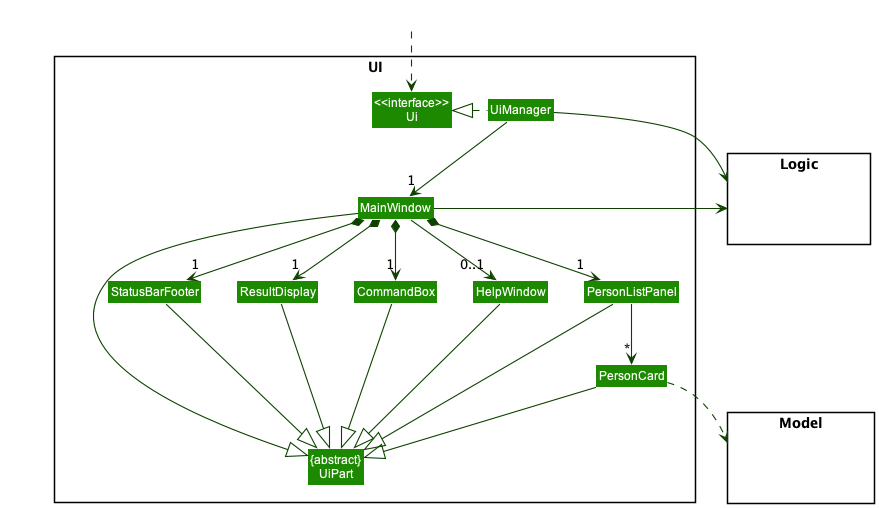
Above: docs/images/UiClassDiagram.png in nus-cs2103-AY2223S1/tp (PlantUML), before the change.
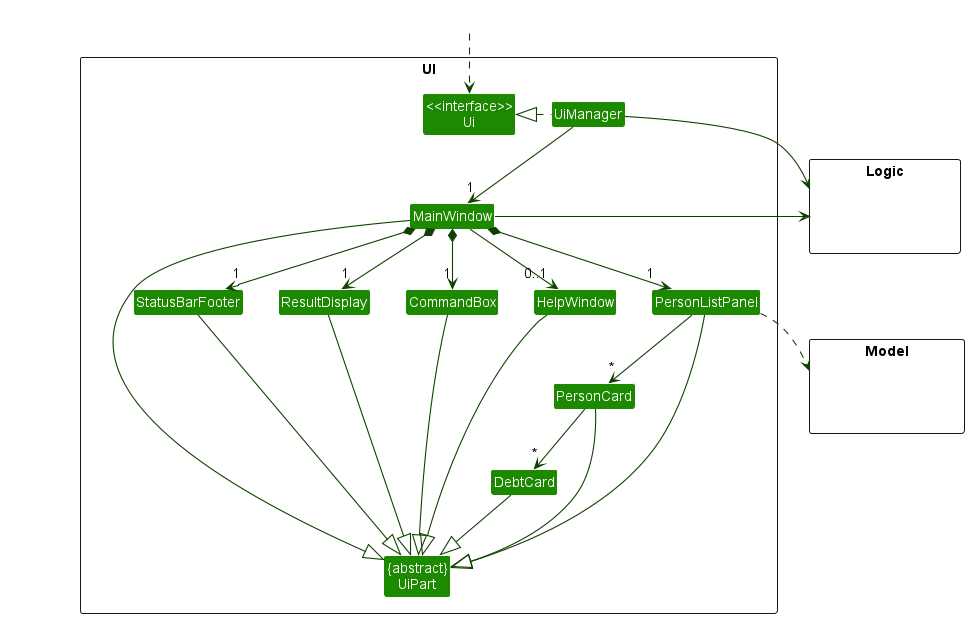
Later version of the same file.

Diff of the diagram source:
```diff
@@ -13,6 +13,7 @@
 Class ResultDisplay
 Class PersonListPanel
 Class PersonCard
+Class DebtCard
 Class StatusBarFooter
 Class CommandBox
 }
@@ -38,16 +39,19 @@
 
 PersonListPanel -down-> "*" PersonCard
 
+PersonCard -down-> "*" DebtCard
+
 MainWindow -left-|> UiPart
 
 ResultDisplay --|> UiPart
 CommandBox --|> UiPart
 PersonListPanel --|> UiPart
 PersonCard --|> UiPart
+DebtCard --|> UiPart
 StatusBarFooter --|> UiPart
 HelpWindow --|> UiPart
 
-PersonCard ..> Model
+PersonListPanel ..> Model
 UiManager -right-> Logic
 MainWindow -left-> Logic
 
```
